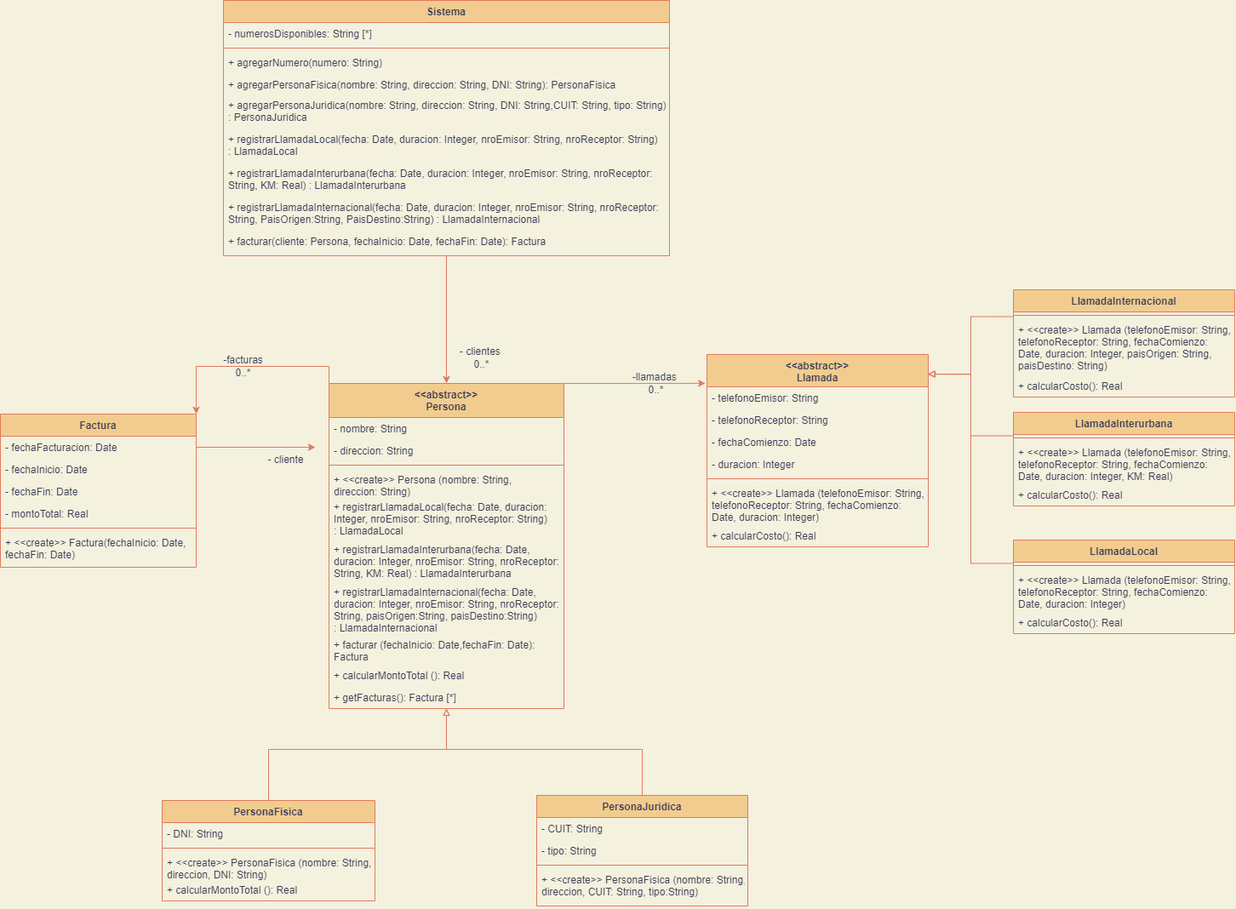
This is PRACTICAS/UML/Ejercicio17UML.png from agusrnfr/OO1, a draw.io export, as it was before one commit. Source tidied: cells renumbered, new cells last; positions are measured from the earlier drawing's top-left corner, leaving out a move shared by most shapes.
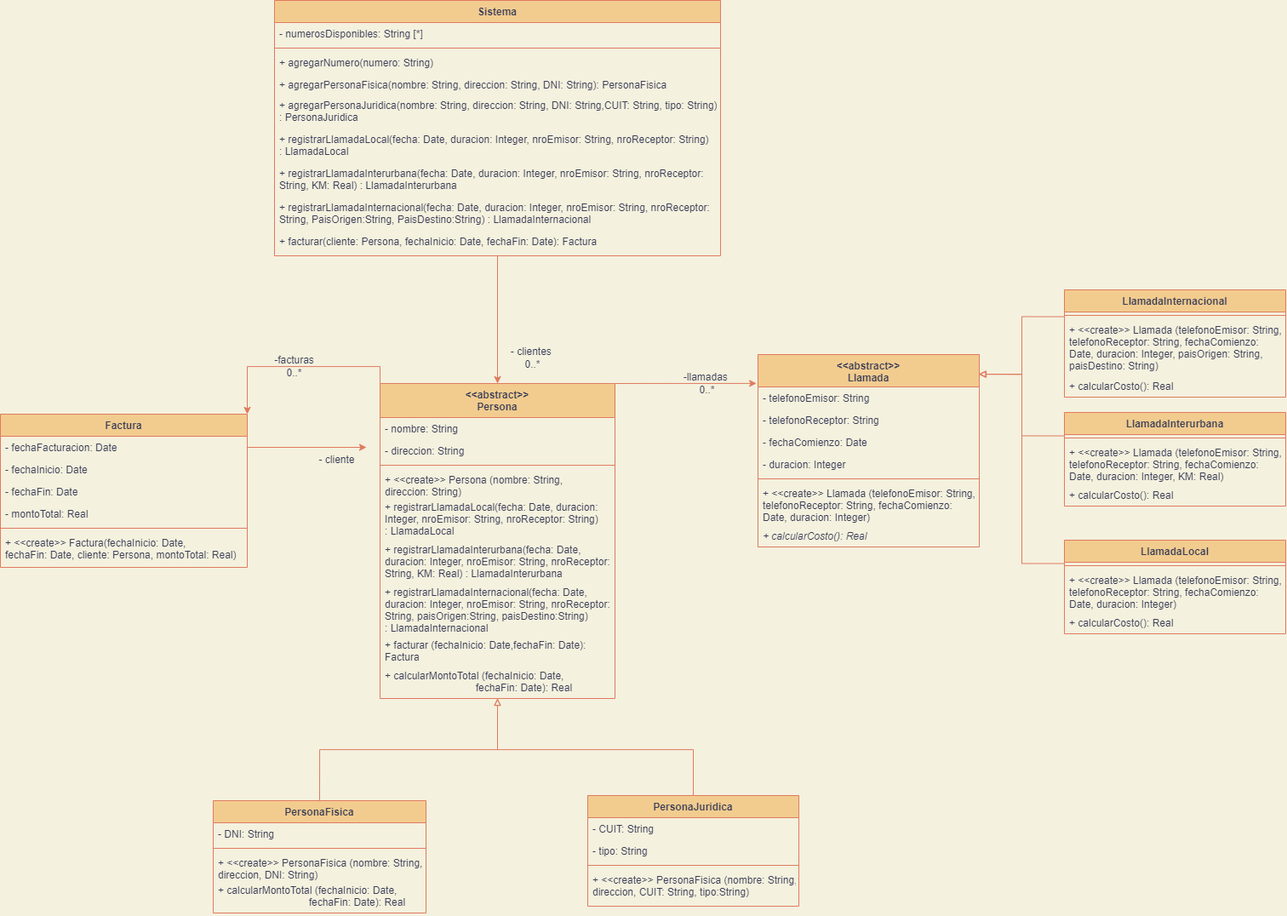
After the commit.

Change to the diagram source:
```diff
@@ -42,7 +42,7 @@
       <mxGeometry relative="1" as="geometry" />
     </mxCell>
     <mxCell id="15" value="&lt;&lt;abstract&gt;&gt;&#10;Persona" style="swimlane;fontStyle=1;align=center;verticalAlign=top;horizontal=1;startSize=40;fillColor=#F2CC8F;strokeColor=#E07A5F;fontColor=#393C56;" parent="1" vertex="1">
-      <mxGeometry x="386" y="450" width="276" height="382" as="geometry" />
+      <mxGeometry x="386" y="450" width="276" height="370" as="geometry" />
     </mxCell>
     <mxCell id="16" value="- nombre: String" style="text;strokeColor=none;fillColor=none;align=left;verticalAlign=top;spacingLeft=4;spacingRight=4;overflow=hidden;fontColor=#393C56;" parent="15" vertex="1">
       <mxGeometry y="40" width="276" height="26" as="geometry" />
@@ -68,12 +68,9 @@
     <mxCell id="23" value="+ facturar (fechaInicio: Date,fechaFin: Date): &#10;Factura" style="text;strokeColor=none;fillColor=none;align=left;verticalAlign=top;spacingLeft=4;spacingRight=4;overflow=hidden;fontColor=#393C56;" parent="15" vertex="1">
       <mxGeometry y="294" width="276" height="36" as="geometry" />
     </mxCell>
-    <mxCell id="24" value="+ calcularMontoTotal (): Real" style="text;strokeColor=none;fillColor=none;align=left;verticalAlign=top;spacingLeft=4;spacingRight=4;overflow=hidden;fontColor=#393C56;" parent="15" vertex="1">
-      <mxGeometry y="330" width="276" height="26" as="geometry" />
+    <mxCell id="24" value="+ calcularMontoTotal (fechaInicio: Date, &#10;                                fechaFin: Date): Real" style="text;strokeColor=none;fillColor=none;align=left;verticalAlign=top;spacingLeft=4;spacingRight=4;overflow=hidden;fontColor=#393C56;" parent="15" vertex="1">
+      <mxGeometry y="330" width="276" height="40" as="geometry" />
     </mxCell>
-    <mxCell id="25" value="+ getFacturas(): Factura [*]" style="text;strokeColor=none;fillColor=none;align=left;verticalAlign=top;spacingLeft=4;spacingRight=4;overflow=hidden;fontColor=#393C56;" parent="15" vertex="1">
-      <mxGeometry y="356" width="276" height="26" as="geometry" />
-    </mxCell>
     <mxCell id="26" style="edgeStyle=orthogonalEdgeStyle;rounded=0;jettySize=auto;html=1;exitX=0.5;exitY=0;exitDx=0;exitDy=0;entryX=0.5;entryY=1;entryDx=0;entryDy=0;endArrow=block;endFill=0;labelBackgroundColor=#F4F1DE;strokeColor=#E07A5F;fontColor=#393C56;" parent="1" edge="1" source="27" target="15">
       <mxGeometry relative="1" as="geometry">
         <Array as="points">
@@ -83,7 +80,7 @@
       </mxGeometry>
     </mxCell>
     <mxCell id="27" value="PersonaFisica" style="swimlane;fontStyle=1;align=center;verticalAlign=top;horizontal=1;startSize=26;fillColor=#F2CC8F;strokeColor=#E07A5F;fontColor=#393C56;" parent="1" vertex="1">
-      <mxGeometry x="190" y="940" width="250" height="118" as="geometry" />
+      <mxGeometry x="190" y="940" width="250" height="132" as="geometry" />
     </mxCell>
     <mxCell id="28" value="- DNI: String" style="text;strokeColor=none;fillColor=none;align=left;verticalAlign=top;spacingLeft=4;spacingRight=4;overflow=hidden;fontColor=#393C56;" parent="27" vertex="1">
       <mxGeometry y="26" width="250" height="26" as="geometry" />
@@ -94,9 +91,9 @@
     <mxCell id="30" value="+ &lt;&lt;create&gt;&gt; PersonaFisica (nombre: String, &#10;direccion, DNI: String)" style="text;strokeColor=none;fillColor=none;align=left;verticalAlign=top;spacingLeft=4;spacingRight=4;overflow=hidden;fontColor=#393C56;" parent="27" vertex="1">
       <mxGeometry y="60" width="250" height="32" as="geometry" />
     </mxCell>
-    <mxCell id="31" value="+ calcularMontoTotal (): Real" style="text;strokeColor=none;fillColor=none;align=left;verticalAlign=top;spacingLeft=4;spacingRight=4;overflow=hidden;fontColor=#393C56;" parent="27" vertex="1">
-      <mxGeometry y="92" width="250" height="26" as="geometry" />
-    </mxCell>
+    <mxCell id="73" value="+ calcularMontoTotal (fechaInicio: Date, &#10;                                fechaFin: Date): Real" style="text;strokeColor=none;fillColor=none;align=left;verticalAlign=top;spacingLeft=4;spacingRight=4;overflow=hidden;fontColor=#393C56;" parent="27" vertex="1">
+      <mxGeometry y="92" width="250" height="40" as="geometry" />
+    </mxCell>
     <mxCell id="32" style="edgeStyle=orthogonalEdgeStyle;rounded=0;jettySize=auto;html=1;exitX=0.5;exitY=0;exitDx=0;exitDy=0;entryX=0.5;entryY=1;entryDx=0;entryDy=0;endArrow=block;endFill=0;labelBackgroundColor=#F4F1DE;strokeColor=#E07A5F;fontColor=#393C56;" parent="1" edge="1" source="33" target="15">
       <mxGeometry relative="1" as="geometry">
         <Array as="points">
@@ -171,7 +168,7 @@
     <mxCell id="54" value="+ &lt;&lt;create&gt;&gt; Llamada (telefonoEmisor: String, &#10;telefonoReceptor: String, fechaComienzo:&#10;Date, duracion: Integer)" style="text;strokeColor=none;fillColor=none;align=left;verticalAlign=top;spacingLeft=4;spacingRight=4;overflow=hidden;fontColor=#393C56;" parent="48" vertex="1">
       <mxGeometry y="150" width="260" height="50" as="geometry" />
     </mxCell>
-    <mxCell id="55" value="+ calcularCosto(): Real" style="text;strokeColor=none;fillColor=none;align=left;verticalAlign=top;spacingLeft=4;spacingRight=4;overflow=hidden;fontColor=#393C56;" parent="48" vertex="1">
+    <mxCell id="55" value="+ calcularCosto(): Real" style="text;strokeColor=none;fillColor=none;align=left;verticalAlign=top;spacingLeft=4;spacingRight=4;overflow=hidden;fontColor=#393C56;fontStyle=2;" parent="48" vertex="1">
       <mxGeometry y="200" width="260" height="26" as="geometry" />
     </mxCell>
     <mxCell id="56" style="rounded=0;jettySize=auto;html=1;exitX=0;exitY=0.25;exitDx=0;exitDy=0;entryX=0.998;entryY=0.102;entryDx=0;entryDy=0;entryPerimeter=0;edgeStyle=orthogonalEdgeStyle;endArrow=block;endFill=0;labelBackgroundColor=#F4F1DE;strokeColor=#E07A5F;fontColor=#393C56;" parent="1" edge="1" source="57" target="48">
@@ -190,25 +187,25 @@
       <mxGeometry y="100" width="260" height="26" as="geometry" />
     </mxCell>
     <mxCell id="61" value="Factura" style="swimlane;fontStyle=1;align=center;verticalAlign=top;horizontal=1;startSize=26;fillColor=#F2CC8F;strokeColor=#E07A5F;fontColor=#393C56;" parent="1" vertex="1">
-      <mxGeometry y="486" width="230" height="180" as="geometry" />
+      <mxGeometry x="-60" y="486" width="290" height="180" as="geometry" />
     </mxCell>
     <mxCell id="62" value="- fechaFacturacion: Date" style="text;strokeColor=none;fillColor=none;align=left;verticalAlign=top;spacingLeft=4;spacingRight=4;overflow=hidden;points=[[0,0.5],[1,0.5]];portConstraint=eastwest;fontColor=#393C56;" parent="61" vertex="1">
-      <mxGeometry y="26" width="230" height="26" as="geometry" />
+      <mxGeometry y="26" width="290" height="26" as="geometry" />
     </mxCell>
     <mxCell id="63" value="- fechaInicio: Date" style="text;strokeColor=none;fillColor=none;align=left;verticalAlign=top;spacingLeft=4;spacingRight=4;overflow=hidden;fontColor=#393C56;" parent="61" vertex="1">
-      <mxGeometry y="52" width="230" height="26" as="geometry" />
+      <mxGeometry y="52" width="290" height="26" as="geometry" />
     </mxCell>
     <mxCell id="64" value="- fechaFin: Date" style="text;strokeColor=none;fillColor=none;align=left;verticalAlign=top;spacingLeft=4;spacingRight=4;overflow=hidden;fontColor=#393C56;" parent="61" vertex="1">
-      <mxGeometry y="78" width="230" height="26" as="geometry" />
+      <mxGeometry y="78" width="290" height="26" as="geometry" />
     </mxCell>
     <mxCell id="65" value="- montoTotal: Real" style="text;strokeColor=none;fillColor=none;align=left;verticalAlign=top;spacingLeft=4;spacingRight=4;overflow=hidden;fontColor=#393C56;" parent="61" vertex="1">
-      <mxGeometry y="104" width="230" height="26" as="geometry" />
+      <mxGeometry y="104" width="290" height="26" as="geometry" />
     </mxCell>
     <mxCell id="66" style="line;strokeWidth=1;fillColor=none;align=left;verticalAlign=middle;spacingTop=-1;spacingLeft=3;spacingRight=3;labelPosition=right;strokeColor=#E07A5F;labelBackgroundColor=#F4F1DE;fontColor=#393C56;" parent="61" vertex="1">
-      <mxGeometry y="130" width="230" height="8" as="geometry" />
+      <mxGeometry y="130" width="290" height="8" as="geometry" />
     </mxCell>
-    <mxCell id="67" value="+ &lt;&lt;create&gt;&gt; Factura(fechaInicio: Date, &#10;fechaFin: Date)" style="text;strokeColor=none;fillColor=none;align=left;verticalAlign=top;spacingLeft=4;spacingRight=4;overflow=hidden;fontColor=#393C56;" parent="61" vertex="1">
-      <mxGeometry y="138" width="230" height="42" as="geometry" />
+    <mxCell id="67" value="+ &lt;&lt;create&gt;&gt; Factura(fechaInicio: Date, &#10;fechaFin: Date, cliente: Persona, montoTotal: Real)" style="text;strokeColor=none;fillColor=none;align=left;verticalAlign=top;spacingLeft=4;spacingRight=4;overflow=hidden;fontColor=#393C56;" parent="61" vertex="1">
+      <mxGeometry y="138" width="290" height="42" as="geometry" />
     </mxCell>
     <mxCell id="68" value="- clientes&amp;nbsp;&lt;br&gt;0..*" style="text;html=1;align=center;verticalAlign=middle;strokeColor=none;fillColor=none;fontColor=#393C56;" parent="1" vertex="1">
       <mxGeometry x="530" y="400" width="70" height="40" as="geometry" />
```
